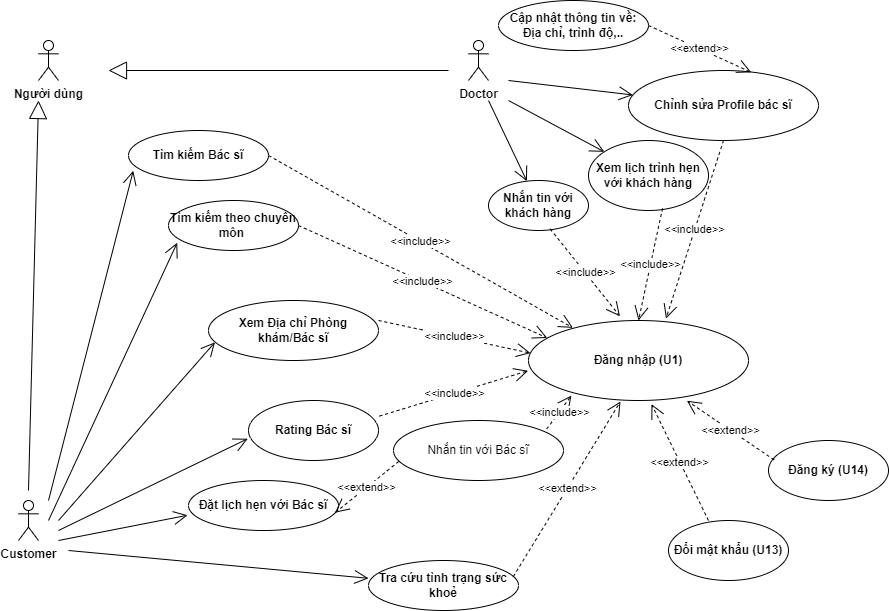
This is doctorappointment.png from Dat0309/doctors-appointment-mobile-app, a draw.io export, as it was before one commit. Source tidied: cells renumbered, new cells last; positions are measured from the earlier drawing's top-left corner, leaving out a move shared by most shapes.
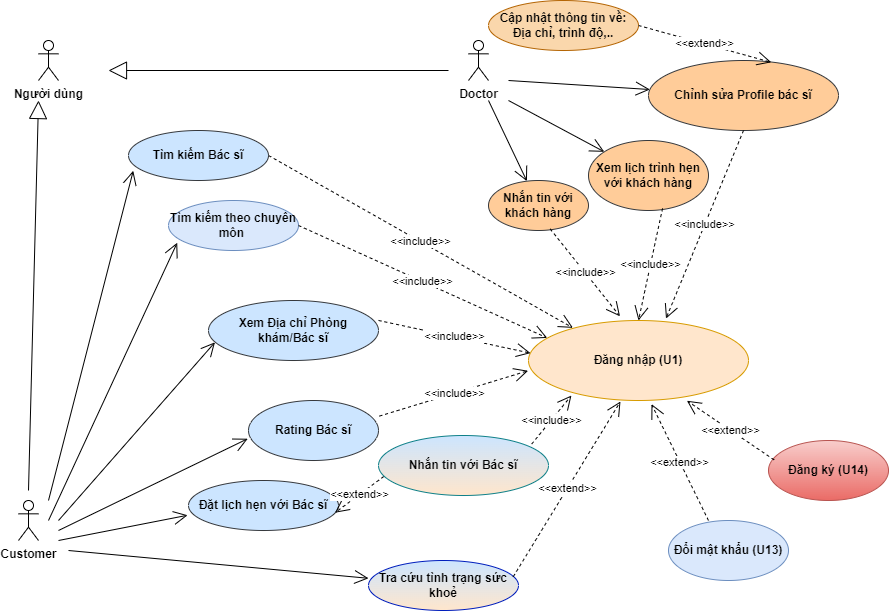
After the change.

The edit, as a diff of the source:
```diff
@@ -28,15 +28,15 @@
         <mxPoint x="490" y="80" as="sourcePoint" />
       </mxGeometry>
     </mxCell>
-    <mxCell id="8" value="&lt;b&gt;Chỉnh sửa Profile bác sĩ&lt;/b&gt;" style="ellipse;whiteSpace=wrap;html=1;" parent="1" vertex="1">
-      <mxGeometry x="610" y="70" width="190" height="70" as="geometry" />
+    <mxCell id="8" value="&lt;b&gt;Chỉnh sửa Profile bác sĩ&lt;/b&gt;" style="ellipse;whiteSpace=wrap;html=1;fillColor=#ffcc99;strokeColor=#36393d;" parent="1" vertex="1">
+      <mxGeometry x="630" y="60" width="190" height="70" as="geometry" />
     </mxCell>
     <mxCell id="9" style="endArrow=open;endFill=1;endSize=12;html=1;" parent="1" edge="1" target="10">
       <mxGeometry relative="1" as="geometry">
         <mxPoint x="490" y="100" as="sourcePoint" />
       </mxGeometry>
     </mxCell>
-    <mxCell id="10" value="&lt;b&gt;Xem lịch trình hẹn với khách hàng&lt;/b&gt;" style="ellipse;whiteSpace=wrap;html=1;" parent="1" vertex="1">
+    <mxCell id="10" value="&lt;b&gt;Xem lịch trình hẹn với khách hàng&lt;/b&gt;" style="ellipse;whiteSpace=wrap;html=1;fillColor=#ffcc99;strokeColor=#36393d;" parent="1" vertex="1">
       <mxGeometry x="570" y="140" width="120" height="70" as="geometry" />
     </mxCell>
     <mxCell id="11" style="endArrow=open;endFill=1;endSize=12;html=1;entryX=0.034;entryY=0.805;entryDx=0;entryDy=0;entryPerimeter=0;" parent="1" edge="1" target="12">
@@ -44,7 +44,7 @@
         <mxPoint x="30" y="500" as="sourcePoint" />
       </mxGeometry>
     </mxCell>
-    <mxCell id="12" value="&lt;b&gt;Tìm kiếm Bác sĩ&lt;/b&gt;" style="ellipse;whiteSpace=wrap;html=1;" parent="1" vertex="1">
+    <mxCell id="12" value="&lt;b&gt;Tìm kiếm Bác sĩ&lt;/b&gt;" style="ellipse;whiteSpace=wrap;html=1;fillColor=#cce5ff;strokeColor=#36393d;" parent="1" vertex="1">
       <mxGeometry x="110" y="130" width="140" height="50" as="geometry" />
     </mxCell>
     <mxCell id="13" style="endArrow=open;endFill=1;endSize=12;html=1;entryX=0.067;entryY=0.845;entryDx=0;entryDy=0;entryPerimeter=0;" parent="1" edge="1" target="14">
@@ -52,7 +52,7 @@
         <mxPoint x="30" y="520" as="sourcePoint" />
       </mxGeometry>
     </mxCell>
-    <mxCell id="14" value="&lt;b&gt;Tìm kiếm theo chuyên môn&amp;nbsp;&lt;/b&gt;" style="ellipse;whiteSpace=wrap;html=1;" parent="1" vertex="1">
+    <mxCell id="14" value="&lt;b&gt;Tìm kiếm theo chuyên môn&amp;nbsp;&lt;/b&gt;" style="ellipse;whiteSpace=wrap;html=1;fillColor=#dae8fc;strokeColor=#6c8ebf;" parent="1" vertex="1">
       <mxGeometry x="150" y="200" width="130" height="50" as="geometry" />
     </mxCell>
     <mxCell id="15" style="endArrow=open;endFill=1;endSize=12;html=1;entryX=-0.006;entryY=0.695;entryDx=0;entryDy=0;entryPerimeter=0;" parent="1" edge="1" target="16">
@@ -60,7 +60,7 @@
         <mxPoint x="40" y="540" as="sourcePoint" />
       </mxGeometry>
     </mxCell>
-    <mxCell id="16" value="&lt;b&gt;Đặt lịch hẹn với Bác sĩ&lt;/b&gt;" style="ellipse;whiteSpace=wrap;html=1;" parent="1" vertex="1">
+    <mxCell id="16" value="&lt;b&gt;Đặt lịch hẹn với Bác sĩ&lt;/b&gt;" style="ellipse;whiteSpace=wrap;html=1;fillColor=#CCE5FF;strokeColor=#36393d;" parent="1" vertex="1">
       <mxGeometry x="170" y="480" width="150" height="50" as="geometry" />
     </mxCell>
     <mxCell id="17" style="endArrow=open;endFill=1;endSize=12;html=1;entryX=0.038;entryY=0.697;entryDx=0;entryDy=0;entryPerimeter=0;" parent="1" edge="1" target="18">
@@ -68,7 +68,7 @@
         <mxPoint x="40" y="520" as="sourcePoint" />
       </mxGeometry>
     </mxCell>
-    <mxCell id="18" value="&lt;b&gt;Xem Địa chỉ Phòng khám/Bác sĩ&lt;/b&gt;" style="ellipse;whiteSpace=wrap;html=1;" parent="1" vertex="1">
+    <mxCell id="18" value="&lt;b&gt;Xem Địa chỉ Phòng khám/Bác sĩ&lt;/b&gt;" style="ellipse;whiteSpace=wrap;html=1;fillColor=#cce5ff;strokeColor=#36393d;" parent="1" vertex="1">
       <mxGeometry x="190" y="300" width="170" height="60" as="geometry" />
     </mxCell>
     <mxCell id="19" style="endArrow=open;endFill=1;endSize=12;html=1;entryX=-0.006;entryY=0.637;entryDx=0;entryDy=0;entryPerimeter=0;" parent="1" edge="1" target="20">
@@ -76,13 +76,13 @@
         <mxPoint x="40" y="530" as="sourcePoint" />
       </mxGeometry>
     </mxCell>
-    <mxCell id="20" value="&lt;b&gt;Rating Bác sĩ&lt;/b&gt;" style="ellipse;whiteSpace=wrap;html=1;" parent="1" vertex="1">
+    <mxCell id="20" value="&lt;b&gt;Rating Bác sĩ&lt;/b&gt;" style="ellipse;whiteSpace=wrap;html=1;fillColor=#cce5ff;strokeColor=#36393d;" parent="1" vertex="1">
       <mxGeometry x="230" y="400" width="130" height="60" as="geometry" />
     </mxCell>
-    <mxCell id="21" value="&lt;b&gt;Đăng nhập (U1)&lt;/b&gt;" style="ellipse;whiteSpace=wrap;html=1;" parent="1" vertex="1">
+    <mxCell id="21" value="&lt;b&gt;Đăng nhập (U1)&lt;/b&gt;" style="ellipse;whiteSpace=wrap;html=1;fillColor=#FFE6CC;strokeColor=#d79b00;" parent="1" vertex="1">
       <mxGeometry x="510" y="320" width="220" height="80" as="geometry" />
     </mxCell>
-    <mxCell id="22" value="&lt;b&gt;Đổi mật khẩu (U13)&lt;/b&gt;" style="ellipse;whiteSpace=wrap;html=1;" parent="1" vertex="1">
+    <mxCell id="22" value="&lt;b&gt;Đổi mật khẩu (U13)&lt;/b&gt;" style="ellipse;whiteSpace=wrap;html=1;fillColor=#dae8fc;strokeColor=#6c8ebf;" parent="1" vertex="1">
       <mxGeometry x="650" y="520" width="120" height="60" as="geometry" />
     </mxCell>
     <mxCell id="23" value="&amp;lt;&amp;lt;include&amp;gt;&amp;gt;" style="endArrow=open;endSize=12;dashed=1;html=1;entryX=0.202;entryY=0.092;entryDx=0;entryDy=0;entryPerimeter=0;exitX=1;exitY=0.5;exitDx=0;exitDy=0;" parent="1" edge="1" source="12" target="21">
@@ -112,33 +112,33 @@
     <mxCell id="31" value="&amp;lt;&amp;lt;extend&amp;gt;&amp;gt;" style="endArrow=open;endSize=12;dashed=1;html=1;entryX=0.977;entryY=0.644;entryDx=0;entryDy=0;entryPerimeter=0;exitX=0.031;exitY=0.683;exitDx=0;exitDy=0;exitPerimeter=0;" parent="1" edge="1" source="32" target="16">
       <mxGeometry relative="1" as="geometry" />
     </mxCell>
-    <mxCell id="32" value="Nhắn tin với Bác sĩ" style="ellipse;whiteSpace=wrap;html=1;" parent="1" vertex="1">
-      <mxGeometry x="375" y="420" width="170" height="60" as="geometry" />
+    <mxCell id="32" value="&lt;b&gt;Nhắn tin với Bác sĩ&lt;/b&gt;" style="ellipse;whiteSpace=wrap;html=1;fillColor=#CCE5FF;strokeColor=#0e8088;gradientColor=#FFE6CC;" parent="1" vertex="1">
+      <mxGeometry x="360" y="435" width="170" height="60" as="geometry" />
     </mxCell>
     <mxCell id="33" style="endArrow=open;endFill=1;endSize=12;html=1;" parent="1" edge="1" target="34">
       <mxGeometry relative="1" as="geometry">
         <mxPoint x="470" y="100" as="sourcePoint" />
       </mxGeometry>
     </mxCell>
-    <mxCell id="34" value="&lt;b&gt;Nhắn tin với khách hàng&lt;/b&gt;" style="ellipse;whiteSpace=wrap;html=1;" parent="1" vertex="1">
+    <mxCell id="34" value="&lt;b&gt;Nhắn tin với khách hàng&lt;/b&gt;" style="ellipse;whiteSpace=wrap;html=1;fillColor=#ffcc99;strokeColor=#36393d;" parent="1" vertex="1">
       <mxGeometry x="470" y="180" width="100" height="50" as="geometry" />
     </mxCell>
     <mxCell id="35" value="&amp;lt;&amp;lt;include&amp;gt;&amp;gt;" style="endArrow=open;endSize=12;dashed=1;html=1;exitX=0.617;exitY=0.969;exitDx=0;exitDy=0;entryX=0.416;entryY=-0.052;entryDx=0;entryDy=0;exitPerimeter=0;entryPerimeter=0;" parent="1" edge="1" source="34" target="21">
       <mxGeometry relative="1" as="geometry" />
     </mxCell>
-    <mxCell id="36" value="&lt;b&gt;Cập nhật thông tin về:&lt;br&gt;Địa chỉ, trình độ,..&lt;br&gt;&lt;/b&gt;" style="ellipse;whiteSpace=wrap;html=1;" parent="1" vertex="1">
-      <mxGeometry x="480" width="150" height="50" as="geometry" />
+    <mxCell id="36" value="&lt;b&gt;Cập nhật thông tin về:&lt;br&gt;Địa chỉ, trình độ,..&lt;br&gt;&lt;/b&gt;" style="ellipse;whiteSpace=wrap;html=1;fillColor=#fad7ac;strokeColor=#b46504;" parent="1" vertex="1">
+      <mxGeometry x="470" width="150" height="50" as="geometry" />
     </mxCell>
     <mxCell id="37" value="&amp;lt;&amp;lt;extend&amp;gt;&amp;gt;" style="endArrow=open;endSize=12;dashed=1;html=1;entryX=0.646;entryY=0.026;entryDx=0;entryDy=0;entryPerimeter=0;exitX=1;exitY=0.5;exitDx=0;exitDy=0;" parent="1" edge="1" source="36" target="8">
       <mxGeometry relative="1" as="geometry" />
     </mxCell>
-    <mxCell id="38" value="&lt;b&gt;Đăng ký (U14)&lt;/b&gt;" style="ellipse;whiteSpace=wrap;html=1;" parent="1" vertex="1">
+    <mxCell id="38" value="&lt;b&gt;Đăng ký (U14)&lt;/b&gt;" style="ellipse;whiteSpace=wrap;html=1;fillColor=#f8cecc;strokeColor=#b85450;gradientColor=#ea6b66;" parent="1" vertex="1">
       <mxGeometry x="750" y="440" width="120" height="60" as="geometry" />
     </mxCell>
     <mxCell id="39" value="&amp;lt;&amp;lt;extend&amp;gt;&amp;gt;" style="endArrow=open;endSize=12;dashed=1;html=1;entryX=0.72;entryY=1.003;entryDx=0;entryDy=0;entryPerimeter=0;exitX=0.047;exitY=0.323;exitDx=0;exitDy=0;exitPerimeter=0;" parent="1" edge="1" source="38" target="21">
       <mxGeometry relative="1" as="geometry" />
     </mxCell>
-    <mxCell id="40" value="&lt;b&gt;Tra cứu tình trạng sức khoẻ&lt;/b&gt;" style="ellipse;whiteSpace=wrap;html=1;" parent="1" vertex="1">
+    <mxCell id="40" value="&lt;b&gt;&lt;font color=&quot;#000000&quot;&gt;Tra cứu tình trạng sức khoẻ&lt;/font&gt;&lt;/b&gt;" style="ellipse;whiteSpace=wrap;html=1;fillColor=#CCE5FF;fontColor=#ffffff;strokeColor=#001DBC;gradientColor=#FFE6CC;" parent="1" vertex="1">
       <mxGeometry x="350" y="560" width="150" height="50" as="geometry" />
     </mxCell>
     <mxCell id="41" style="endArrow=open;endFill=1;endSize=12;html=1;entryX=0;entryY=0.356;entryDx=0;entryDy=0;entryPerimeter=0;" parent="1" edge="1" target="40">
```
